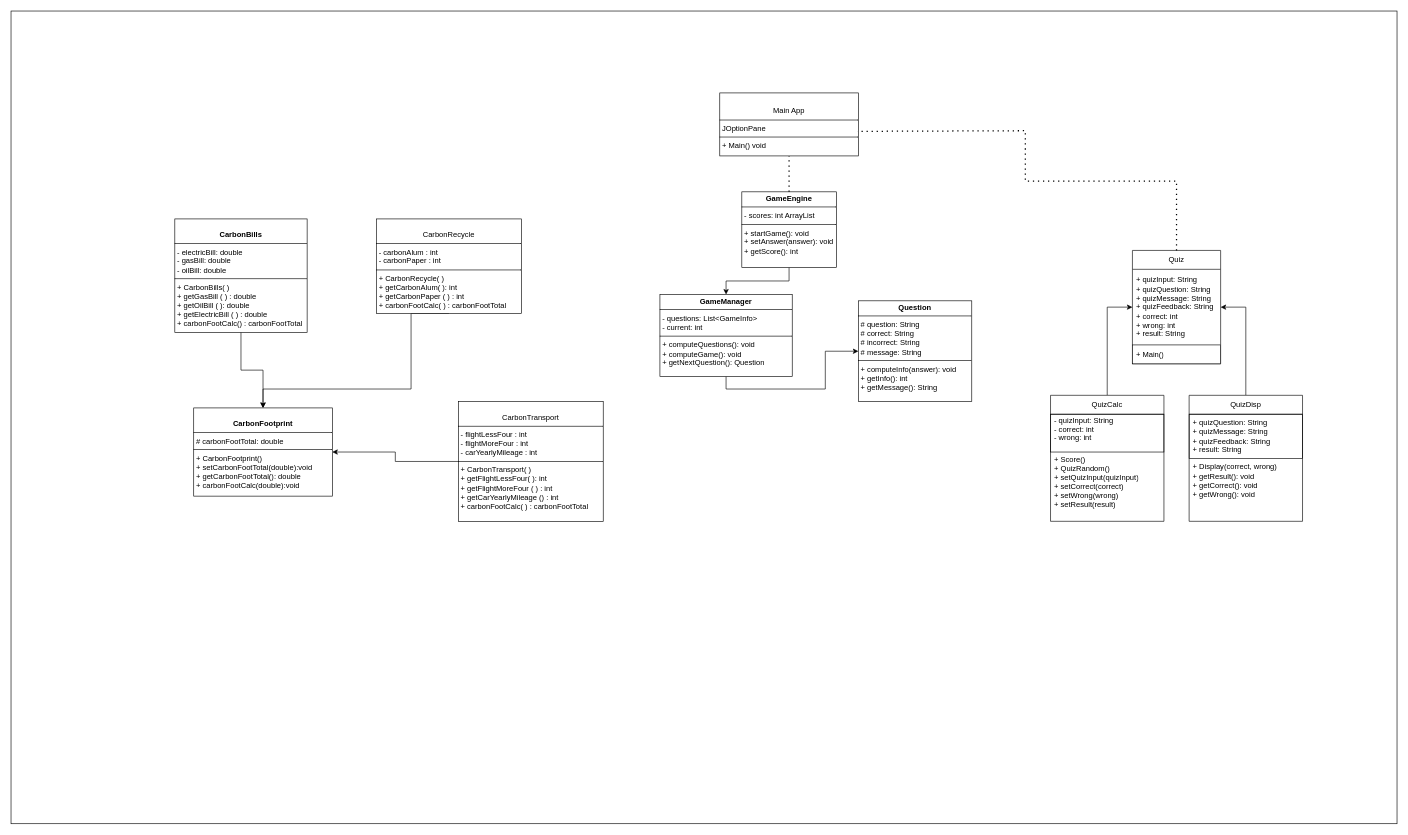
The draw.io diagram ClassDiagram.drawio in JordanTheCodeless/OOP_SDG_CA, before the edit. Source tidied: cells renumbered, new cells numbered last; positions are measured from the earlier drawing's top-left corner, leaving out a move shared by most shapes. Both pictures are drawn from the tidied source at 63%, with x=0, y=0 at pixel (11, 11).
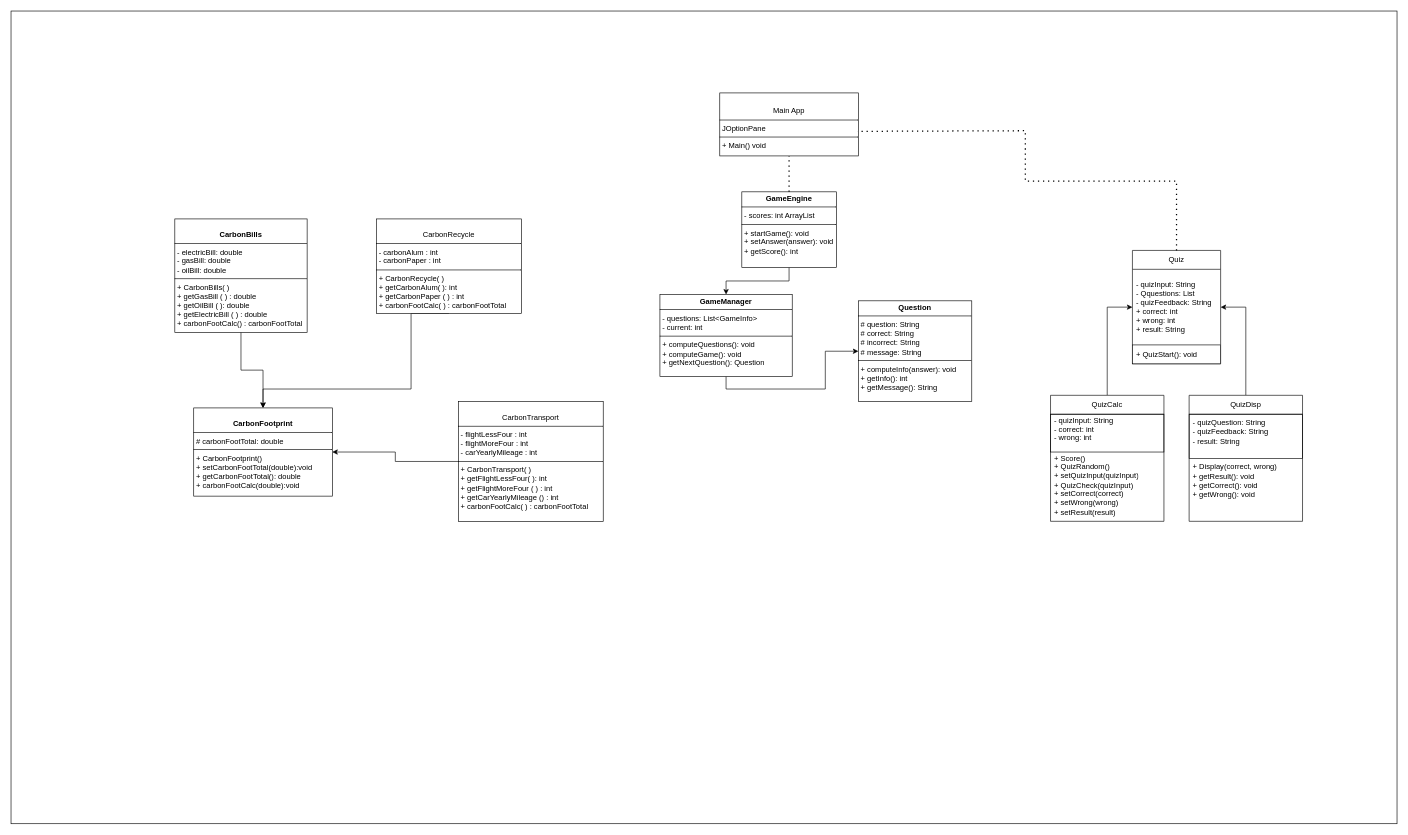
The same diagram, later.

Commit message:
class diagram changes

The change refers to these unchanged cells:
```xml
<mxCell id="12" value="Quiz" style="swimlane;fontStyle=0;horizontal=1;startSize=30;whiteSpace=wrap;html=1;" parent="1" vertex="1">
  <mxGeometry x="1780" y="380" width="140" height="180" as="geometry" />
</mxCell>
<mxCell id="16" value="QuizCalc" style="swimlane;fontStyle=0;horizontal=1;startSize=30;whiteSpace=wrap;html=1;" parent="1" vertex="1">
  <mxGeometry x="1650" y="610" width="180" height="200" as="geometry" />
</mxCell>
<mxCell id="20" value="QuizDisp" style="swimlane;fontStyle=0;horizontal=1;startSize=30;whiteSpace=wrap;html=1;" parent="1" vertex="1">
  <mxGeometry x="1870" y="610" width="180" height="200" as="geometry" />
</mxCell>
```

The edit, as a diff of the source:
```diff
@@
-    <mxCell id="13" value="&lt;div&gt;+ quizInput: String&lt;br&gt;&lt;/div&gt;&lt;div&gt;+ quizQuestion: String&lt;/div&gt;&lt;div&gt;+ quizMessage: String&lt;/div&gt;&lt;div&gt;+ quizFeedback: String&lt;br&gt;&lt;/div&gt;&lt;div&gt;+ correct: int&lt;/div&gt;&lt;div&gt;+ wrong: int&lt;/div&gt;&lt;div&gt;+ result: String&lt;br&gt;&lt;/div&gt;" style="text;strokeColor=none;fillColor=none;align=left;verticalAlign=middle;spacingLeft=4;spacingRight=4;overflow=hidden;points=[[0,0.5],[1,0.5]];portConstraint=eastwest;whiteSpace=wrap;html=1;" parent="12" vertex="1">
+    <mxCell id="13" value="&lt;div&gt;- quizInput: String&lt;br&gt;&lt;/div&gt;&lt;div&gt;- Qquestions: List&lt;br&gt;&lt;/div&gt;&lt;div&gt;- quizFeedback: String&lt;br&gt;&lt;/div&gt;&lt;div&gt;+ correct: int&lt;/div&gt;&lt;div&gt;+ wrong: int&lt;/div&gt;&lt;div&gt;+ result: String&lt;br&gt;&lt;/div&gt;" style="text;strokeColor=none;fillColor=none;align=left;verticalAlign=middle;spacingLeft=4;spacingRight=4;overflow=hidden;points=[[0,0.5],[1,0.5]];portConstraint=eastwest;whiteSpace=wrap;html=1;" parent="12" vertex="1">
       <mxGeometry y="30" width="140" height="120" as="geometry" />
     </mxCell>
-    <mxCell id="14" value="+ Main()" style="text;strokeColor=default;fillColor=default;align=left;verticalAlign=middle;spacingLeft=4;spacingRight=4;overflow=hidden;whiteSpace=wrap;html=1;" parent="12" vertex="1">
+    <mxCell id="14" value="+ QuizStart(): void" style="text;strokeColor=default;fillColor=default;align=left;verticalAlign=middle;spacingLeft=4;spacingRight=4;overflow=hidden;whiteSpace=wrap;html=1;" parent="12" vertex="1">
       <mxGeometry y="150" width="140" height="30" as="geometry" />
     </mxCell>
@@
-    <mxCell id="18" value="&lt;div&gt;+ Score()&lt;/div&gt;&lt;div&gt;+ QuizRandom()&lt;br&gt;&lt;/div&gt;&lt;div&gt;+ setQuizInput(quizInput)&lt;/div&gt;&lt;div&gt;+ setCorrect(correct)&lt;/div&gt;&lt;div&gt;+ setWrong(wrong)&lt;/div&gt;&lt;div&gt;+ setResult(result)&lt;br&gt;&lt;/div&gt;&lt;div&gt;&lt;br&gt;&lt;/div&gt;" style="text;strokeColor=none;fillColor=none;align=left;verticalAlign=middle;spacingLeft=4;spacingRight=4;overflow=hidden;whiteSpace=wrap;html=1;" parent="16" vertex="1">
+    <mxCell id="18" value="&lt;div&gt;+ Score()&lt;/div&gt;&lt;div&gt;+ QuizRandom()&lt;br&gt;&lt;/div&gt;&lt;div&gt;+ setQuizInput(quizInput)&lt;/div&gt;&lt;div&gt;+ QuizCheck(quizInput)&lt;br&gt;&lt;/div&gt;&lt;div&gt;+ setCorrect(correct)&lt;/div&gt;&lt;div&gt;+ setWrong(wrong)&lt;/div&gt;&lt;div&gt;+ setResult(result)&lt;br&gt;&lt;/div&gt;&lt;div&gt;&lt;br&gt;&lt;/div&gt;" style="text;strokeColor=none;fillColor=none;align=left;verticalAlign=middle;spacingLeft=4;spacingRight=4;overflow=hidden;whiteSpace=wrap;html=1;" parent="16" vertex="1">
       <mxGeometry y="90" width="180" height="110" as="geometry" />
     </mxCell>
@@
-    <mxCell id="21" value="&lt;div&gt;+ quizQuestion: String&lt;/div&gt;&lt;div&gt;+ quizMessage: String&lt;/div&gt;&lt;div&gt;+ quizFeedback: String&lt;br&gt;&lt;/div&gt;&lt;div&gt;+ result: String&lt;br&gt;&lt;/div&gt;" style="text;strokeColor=default;fillColor=none;align=left;verticalAlign=middle;spacingLeft=4;spacingRight=4;overflow=hidden;whiteSpace=wrap;html=1;" parent="20" vertex="1">
+    <mxCell id="21" value="&lt;div&gt;- quizQuestion: String&lt;/div&gt;&lt;div&gt;- quizFeedback: String&lt;br&gt;&lt;/div&gt;&lt;div&gt;- result: String&lt;/div&gt;&lt;div&gt;&lt;br&gt;&lt;/div&gt;" style="text;strokeColor=default;fillColor=none;align=left;verticalAlign=middle;spacingLeft=4;spacingRight=4;overflow=hidden;whiteSpace=wrap;html=1;" parent="20" vertex="1">
       <mxGeometry y="30" width="180" height="70" as="geometry" />
     </mxCell>
```
